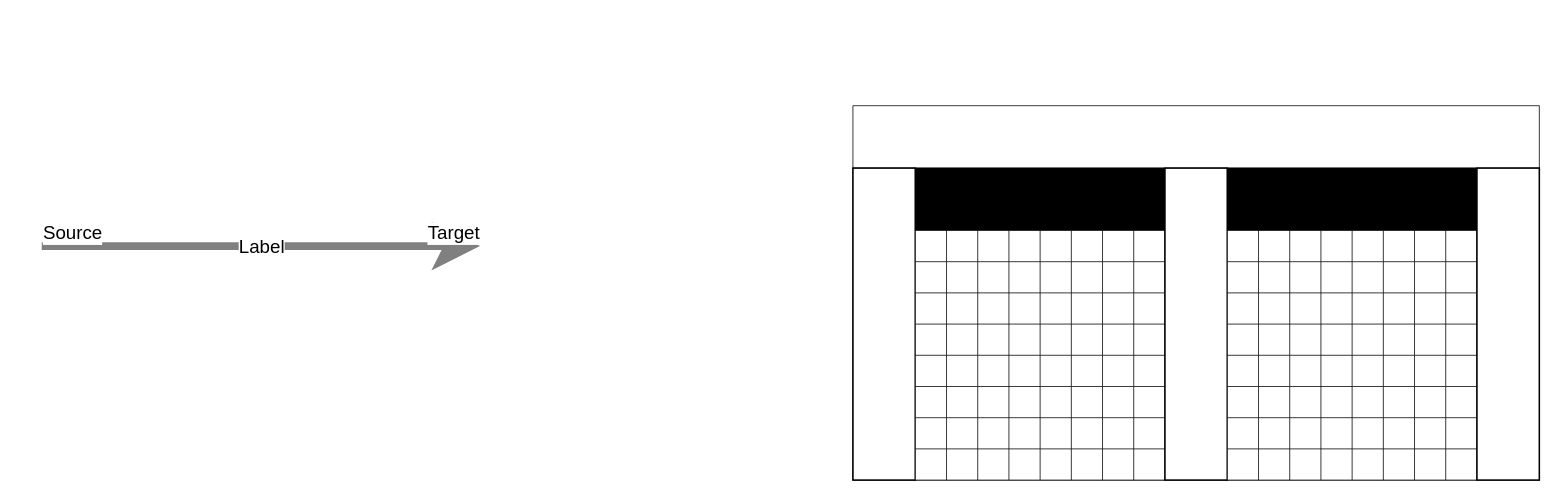
This is page "DUMP" (1 of 2) of Doc.drawio from akariumfish/nodulo, a draw.io file, before an edit. Source tidied: cells renumbered, new cells numbered last; positions are measured from the earlier drawing's top-left corner, leaving out a move shared by most shapes. Both pictures are drawn from the tidied source at 78%, with x=0, y=0 at pixel (41, 105).
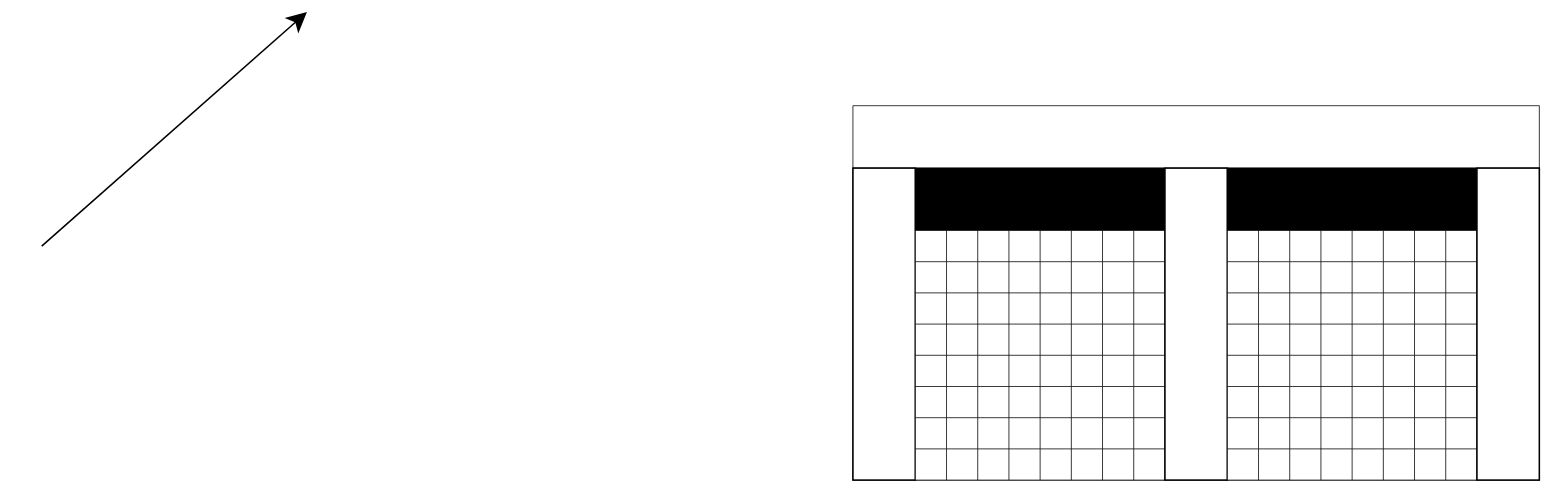
The same diagram, later.

Change to the diagram source:
```diff
@@
-    <mxCell id="152" style="endArrow=classic;html=1;rounded=1;strokeColor=#808080;strokeWidth=10;align=center;verticalAlign=middle;fontFamily=Helvetica;fontSize=12;fontColor=default;labelBackgroundColor=default;edgeStyle=none;jumpStyle=gap;jumpSize=16;startSize=30;endSize=30;flowAnimation=1;sourcePerimeterSpacing=0;targetPerimeterSpacing=0;fixedPointSpacing=1;libavoidSpacing=20;" parent="1" edge="1">
+    <mxCell id="152" style="endArrow=classic;html=1;rounded=1;strokeColor=default;strokeWidth=2;align=center;verticalAlign=middle;fontFamily=Helvetica;fontSize=24;fontColor=default;labelBackgroundColor=default;edgeStyle=none;jumpStyle=gap;jumpSize=9;startSize=20;endSize=20;flowAnimation=1;sourcePerimeterSpacing=5;targetPerimeterSpacing=5;fixedPointSpacing=1;libavoidSpacing=20;" parent="1" edge="1">
       <mxGeometry relative="1" as="geometry">
         <mxPoint y="180" as="sourcePoint" />
-        <mxPoint x="561.9" y="180" as="targetPoint" />
+        <mxPoint x="340" y="-120" as="targetPoint" />
       </mxGeometry>
     </mxCell>
-    <mxCell id="153" value="Label" style="edgeLabel;html=1;align=center;verticalAlign=middle;fontFamily=Helvetica;fontSize=24;fontColor=default;labelBackgroundColor=default;" parent="152" vertex="1">
+    <mxCell id="153" value="Label" style="edgeLabel;html=1;align=left;verticalAlign=top;fontFamily=Helvetica;fontSize=inherit;fontColor=inherit;labelBackgroundColor=default;strokeColor=inherit;fillColor=inherit;labelBorderColor=default;" parent="152" vertex="1">
       <mxGeometry relative="1" as="geometry" />
     </mxCell>
-    <mxCell id="154" value="Source" style="edgeLabel;html=1;align=left;verticalAlign=bottom;fontFamily=Helvetica;fontSize=24;fontColor=default;labelBackgroundColor=default;" parent="152" vertex="1">
+    <mxCell id="154" value="Source" style="edgeLabel;html=1;align=left;verticalAlign=top;fontFamily=Helvetica;fontSize=inherit;fontColor=inherit;labelBackgroundColor=default;labelBorderColor=default;strokeColor=inherit;fillColor=inherit;" parent="152" vertex="1">
       <mxGeometry x="-1" relative="1" as="geometry" />
     </mxCell>
-    <mxCell id="155" value="Target" style="edgeLabel;html=1;align=right;verticalAlign=bottom;fontFamily=Helvetica;fontSize=24;fontColor=default;labelBackgroundColor=default;" parent="152" vertex="1">
-      <mxGeometry x="1" relative="1" as="geometry" />
+    <mxCell id="155" value="Target" style="edgeLabel;html=1;align=left;verticalAlign=top;fontSize=inherit;fontColor=inherit;labelBackgroundColor=default;labelBorderColor=default;fillColor=inherit;strokeColor=inherit;" parent="152" vertex="1">
+      <mxGeometry x="0.9" relative="1" as="geometry" />
     </mxCell>
```
